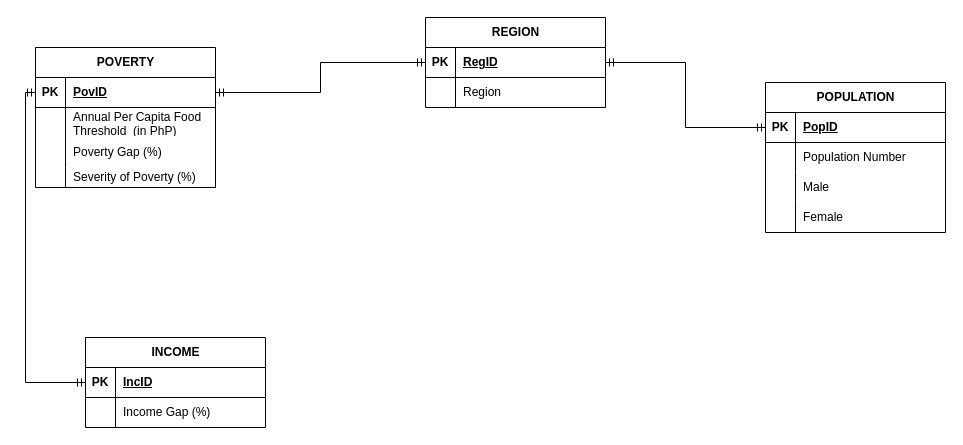
Earlier version of the draw.io diagram page "NRM" (3 of 3) of DECapstone diagrams.drawio (vinsanity2022/SPARTACapstone). Source tidied: cells renumbered, new cells numbered last; positions are measured from the earlier drawing's top-left corner, leaving out a move shared by most shapes. Both pictures are drawn from the tidied source at 100%, with x=0, y=0 at pixel (35, 17).
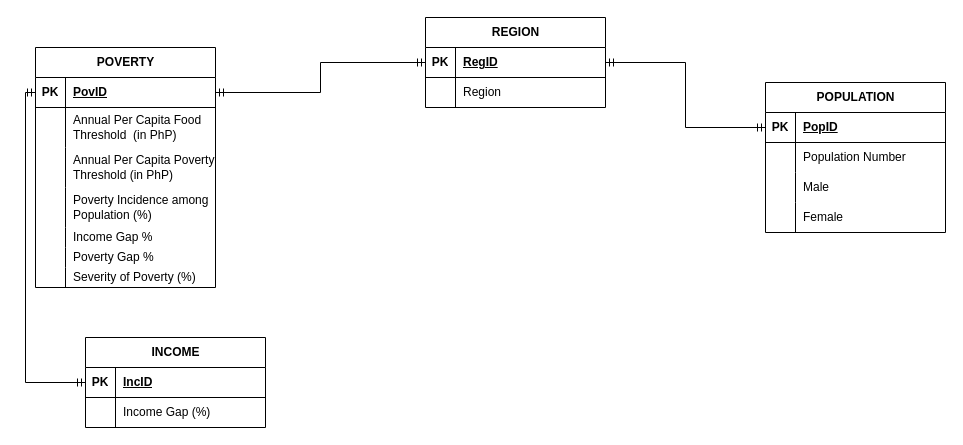
After the change.

Diff of the diagram source:
```diff
@@
     <mxCell id="2" value="POVERTY" style="shape=table;startSize=30;childLayout=tableLayout;rowLines=0;fontStyle=1;align=center;html=1;" parent="1" vertex="1">
-      <mxGeometry y="30" width="180" height="140" as="geometry" />
+      <mxGeometry y="30" width="180" height="240" as="geometry" />
     </mxCell>
@@
     <mxCell id="6" style="shape=tableRow;horizontal=0;startSize=0;swimlaneHead=0;swimlaneBody=0;fillColor=none;top=0;left=0;right=0;bottom=0;" parent="2" vertex="1">
-      <mxGeometry y="60" width="180" height="30" as="geometry" />
+      <mxGeometry y="60" width="180" height="40" as="geometry" />
     </mxCell>
     <mxCell id="7" style="shape=partialRectangle;fillColor=none;top=0;left=0;bottom=0;right=0;overflow=hidden;whiteSpace=wrap;html=1;" parent="6" vertex="1">
-      <mxGeometry width="30" height="30" as="geometry" />
+      <mxGeometry width="30" height="40" as="geometry" />
     </mxCell>
     <mxCell id="8" value="Annual Per Capita Food Threshold&amp;nbsp; (in PhP)" style="shape=partialRectangle;fillColor=none;top=0;left=0;bottom=0;right=0;align=left;spacingLeft=6;overflow=hidden;whiteSpace=wrap;html=1;" parent="6" vertex="1">
-      <mxGeometry x="30" width="150" height="30" as="geometry" />
+      <mxGeometry x="30" width="150" height="40" as="geometry" />
     </mxCell>
     <mxCell id="9" style="shape=tableRow;horizontal=0;startSize=0;swimlaneHead=0;swimlaneBody=0;fillColor=none;top=0;left=0;right=0;bottom=0;" parent="2" vertex="1">
-      <mxGeometry y="90" width="180" height="30" as="geometry" />
+      <mxGeometry y="100" width="180" height="40" as="geometry" />
     </mxCell>
     <mxCell id="10" style="shape=partialRectangle;fillColor=none;top=0;left=0;bottom=0;right=0;overflow=hidden;whiteSpace=wrap;html=1;" parent="9" vertex="1">
-      <mxGeometry width="30" height="30" as="geometry" />
+      <mxGeometry width="30" height="40" as="geometry" />
     </mxCell>
-    <mxCell id="11" value="Poverty Gap (%)" style="shape=partialRectangle;fillColor=none;top=0;left=0;bottom=0;right=0;align=left;spacingLeft=6;overflow=hidden;whiteSpace=wrap;html=1;" parent="9" vertex="1">
-      <mxGeometry x="30" width="150" height="30" as="geometry" />
+    <mxCell id="11" value="Annual Per Capita Poverty Threshold (in PhP)" style="shape=partialRectangle;fillColor=none;top=0;left=0;bottom=0;right=0;align=left;spacingLeft=6;overflow=hidden;whiteSpace=wrap;html=1;" parent="9" vertex="1">
+      <mxGeometry x="30" width="150" height="40" as="geometry" />
     </mxCell>
     <mxCell id="12" style="shape=tableRow;horizontal=0;startSize=0;swimlaneHead=0;swimlaneBody=0;fillColor=none;top=0;left=0;right=0;bottom=0;" parent="2" vertex="1">
-      <mxGeometry y="120" width="180" height="20" as="geometry" />
+      <mxGeometry y="140" width="180" height="40" as="geometry" />
     </mxCell>
     <mxCell id="13" style="shape=partialRectangle;fillColor=none;top=0;left=0;bottom=0;right=0;overflow=hidden;whiteSpace=wrap;html=1;" parent="12" vertex="1">
-      <mxGeometry width="30" height="20" as="geometry" />
+      <mxGeometry width="30" height="40" as="geometry" />
     </mxCell>
-    <mxCell id="14" value="Severity of Poverty (%)" style="shape=partialRectangle;fillColor=none;top=0;left=0;bottom=0;right=0;align=left;spacingLeft=6;overflow=hidden;whiteSpace=wrap;html=1;" parent="12" vertex="1">
-      <mxGeometry x="30" width="150" height="20" as="geometry" />
+    <mxCell id="14" value="Poverty Incidence among Population (%)" style="shape=partialRectangle;fillColor=none;top=0;left=0;bottom=0;right=0;align=left;spacingLeft=6;overflow=hidden;whiteSpace=wrap;html=1;" parent="12" vertex="1">
+      <mxGeometry x="30" width="150" height="40" as="geometry" />
     </mxCell>
+    <mxCell id="45" style="shape=tableRow;horizontal=0;startSize=0;swimlaneHead=0;swimlaneBody=0;fillColor=none;top=0;left=0;right=0;bottom=0;" parent="2" vertex="1">
+      <mxGeometry y="180" width="180" height="20" as="geometry" />
+    </mxCell>
+    <mxCell id="46" style="shape=partialRectangle;fillColor=none;top=0;left=0;bottom=0;right=0;overflow=hidden;whiteSpace=wrap;html=1;" parent="45" vertex="1">
+      <mxGeometry width="30" height="20" as="geometry" />
+    </mxCell>
+    <mxCell id="47" value="Income Gap %" style="shape=partialRectangle;fillColor=none;top=0;left=0;bottom=0;right=0;align=left;spacingLeft=6;overflow=hidden;whiteSpace=wrap;html=1;" parent="45" vertex="1">
+      <mxGeometry x="30" width="150" height="20" as="geometry" />
+    </mxCell>
+    <mxCell id="48" style="shape=tableRow;horizontal=0;startSize=0;swimlaneHead=0;swimlaneBody=0;fillColor=none;top=0;left=0;right=0;bottom=0;" parent="2" vertex="1">
+      <mxGeometry y="200" width="180" height="20" as="geometry" />
+    </mxCell>
+    <mxCell id="49" style="shape=partialRectangle;fillColor=none;top=0;left=0;bottom=0;right=0;overflow=hidden;whiteSpace=wrap;html=1;" parent="48" vertex="1">
+      <mxGeometry width="30" height="20" as="geometry" />
+    </mxCell>
+    <mxCell id="50" value="Poverty Gap %" style="shape=partialRectangle;fillColor=none;top=0;left=0;bottom=0;right=0;align=left;spacingLeft=6;overflow=hidden;whiteSpace=wrap;html=1;" parent="48" vertex="1">
+      <mxGeometry x="30" width="150" height="20" as="geometry" />
+    </mxCell>
+    <mxCell id="51" style="shape=tableRow;horizontal=0;startSize=0;swimlaneHead=0;swimlaneBody=0;fillColor=none;top=0;left=0;right=0;bottom=0;" parent="2" vertex="1">
+      <mxGeometry y="220" width="180" height="20" as="geometry" />
+    </mxCell>
+    <mxCell id="52" style="shape=partialRectangle;fillColor=none;top=0;left=0;bottom=0;right=0;overflow=hidden;whiteSpace=wrap;html=1;" parent="51" vertex="1">
+      <mxGeometry width="30" height="20" as="geometry" />
+    </mxCell>
+    <mxCell id="53" value="Severity of Poverty (%)" style="shape=partialRectangle;fillColor=none;top=0;left=0;bottom=0;right=0;align=left;spacingLeft=6;overflow=hidden;whiteSpace=wrap;html=1;" parent="51" vertex="1">
+      <mxGeometry x="30" width="150" height="20" as="geometry" />
+    </mxCell>
```
